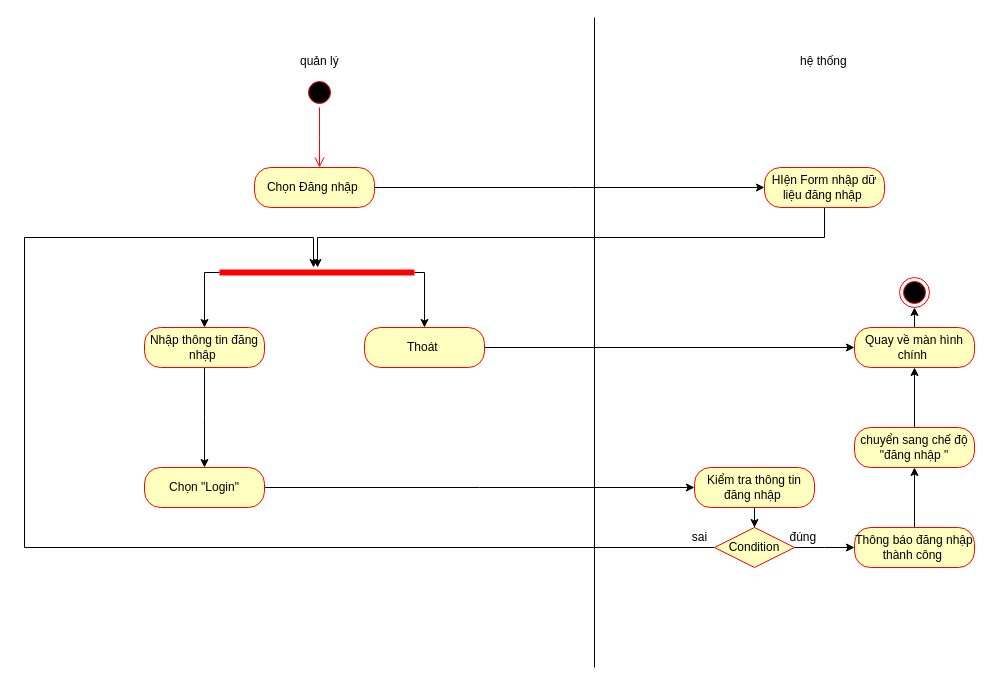
This is page "đăng nhập" (4 of 20) of Untitled Diagram.drawio from sonha1/aaaa, a draw.io file, before an edit. Source tidied: cells renumbered, new cells numbered last; positions are measured from the earlier drawing's top-left corner, leaving out a move shared by most shapes. Both pictures are drawn from the tidied source at 100%, with x=0, y=0 at pixel (24, 17).
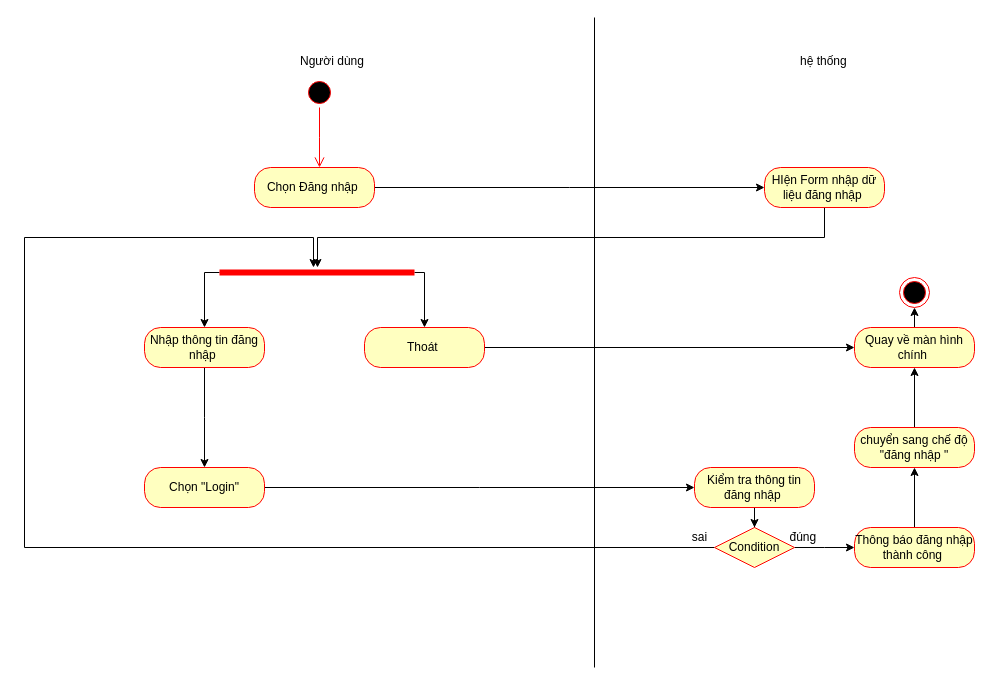
The same page after the edit.

What changed in the source:
```diff
@@
-    <mxCell id="2" value="quản lý" style="text;strokeColor=none;fillColor=none;align=left;verticalAlign=top;spacingLeft=4;spacingRight=4;overflow=hidden;" parent="1" vertex="1">
+    <mxCell id="2" value="Người dùng " style="text;strokeColor=none;fillColor=none;align=left;verticalAlign=top;spacingLeft=4;spacingRight=4;overflow=hidden;" parent="1" vertex="1">
       <mxGeometry x="270" y="30" width="100" height="26" as="geometry" />
     </mxCell>
```
